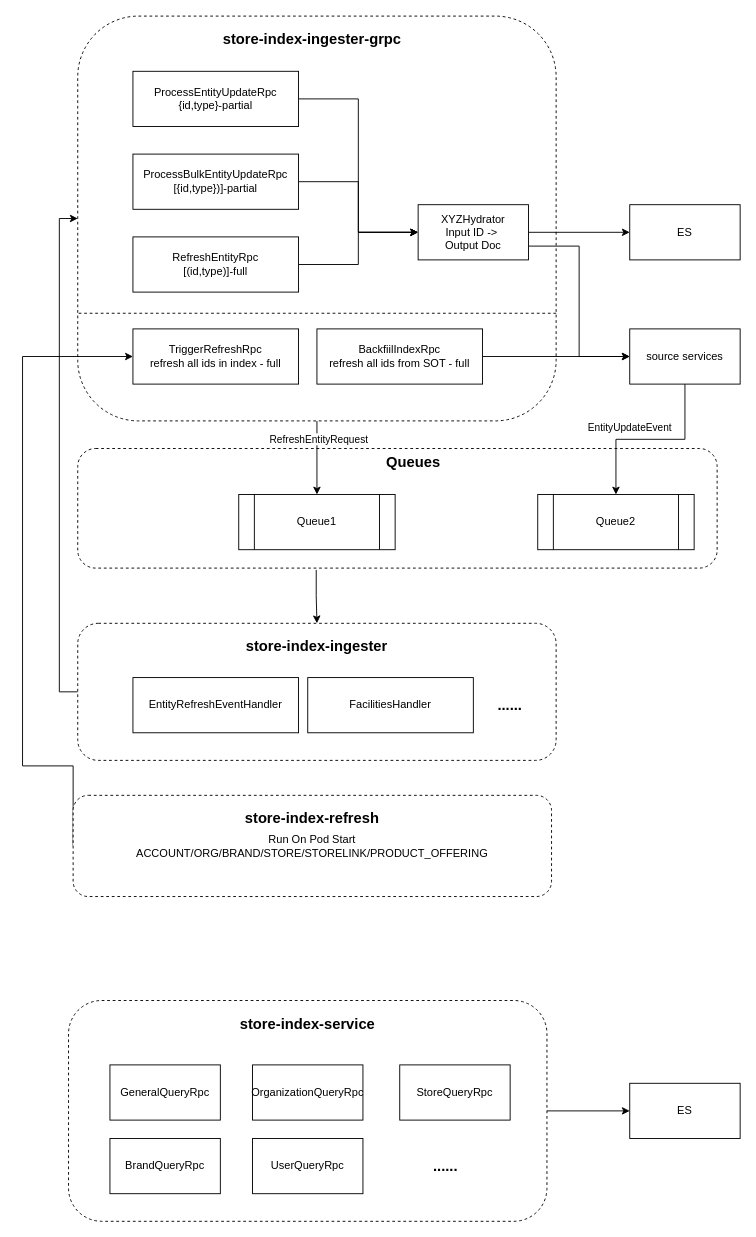
Before: StoreIndex.drawio in evagle/awesome, a draw.io diagram. Source tidied: cells renumbered, new cells numbered last; positions are measured from the earlier drawing's top-left corner, leaving out a move shared by most shapes. Both pictures are drawn from the tidied source at 92%, with x=0, y=0 at pixel (22, 16).
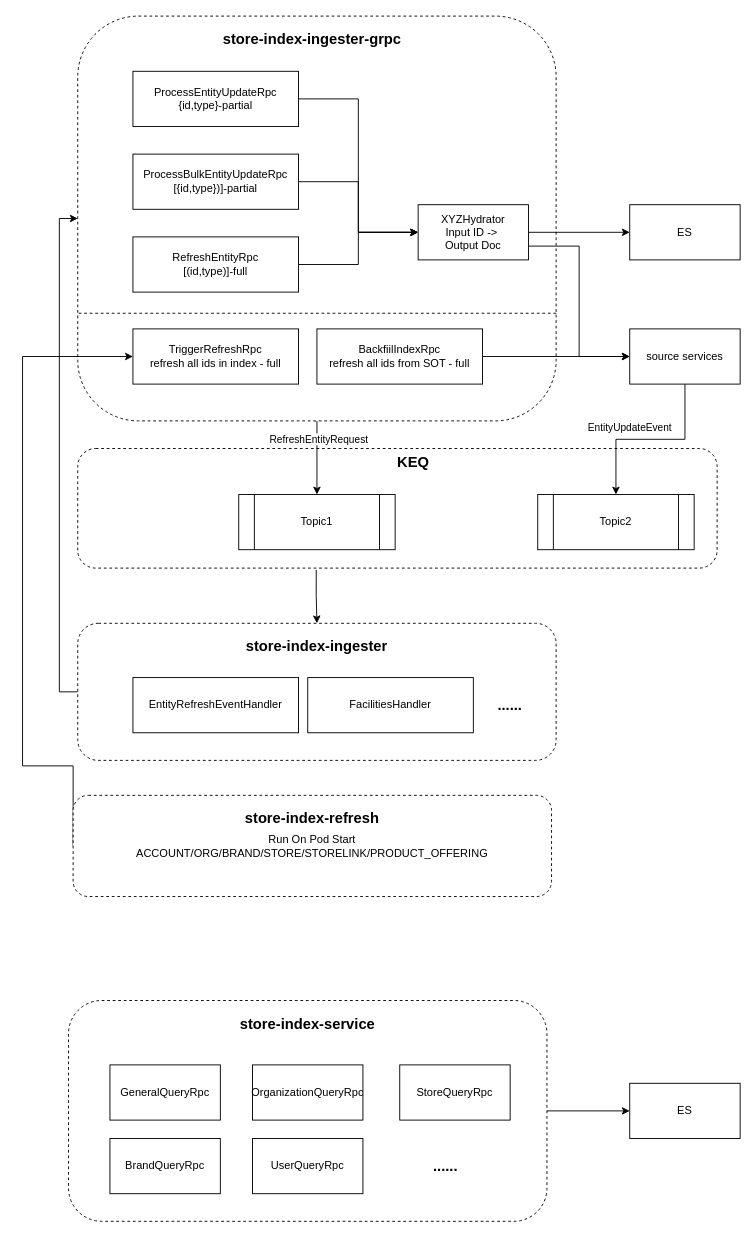
Above is the later version.

Change to the diagram source:
```diff
@@
-    <mxCell id="20" value="Queue1" style="shape=process;whiteSpace=wrap;html=1;backgroundOutline=1;" parent="1" vertex="1">
+    <mxCell id="20" value="Topic1" style="shape=process;whiteSpace=wrap;html=1;backgroundOutline=1;" parent="1" vertex="1">
       <mxGeometry x="235" y="520" width="170" height="60" as="geometry" />
     </mxCell>
@@
-    <mxCell id="31" value="Queue2" style="shape=process;whiteSpace=wrap;html=1;backgroundOutline=1;" parent="1" vertex="1">
+    <mxCell id="31" value="Topic2" style="shape=process;whiteSpace=wrap;html=1;backgroundOutline=1;" parent="1" vertex="1">
       <mxGeometry x="560" y="520" width="170" height="60" as="geometry" />
     </mxCell>
@@
-    <mxCell id="46" value="&lt;b&gt;&lt;font style=&quot;font-size: 16px;&quot;&gt;Queues&lt;/font&gt;&lt;/b&gt;" style="text;html=1;strokeColor=none;fillColor=none;align=center;verticalAlign=middle;whiteSpace=wrap;rounded=0;" parent="1" vertex="1">
+    <mxCell id="46" value="&lt;b&gt;&lt;font style=&quot;font-size: 16px;&quot;&gt;KEQ&lt;/font&gt;&lt;/b&gt;" style="text;html=1;strokeColor=none;fillColor=none;align=center;verticalAlign=middle;whiteSpace=wrap;rounded=0;" parent="1" vertex="1">
       <mxGeometry x="320" y="470" width="210" height="30" as="geometry" />
     </mxCell>
```
